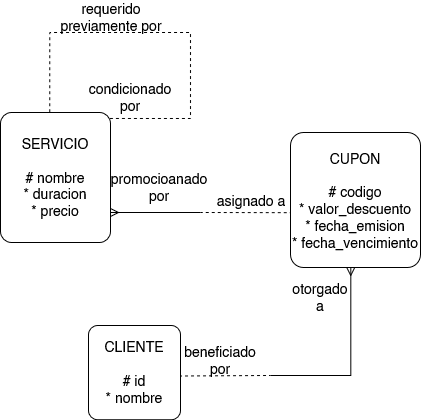
Manusm2712/TrabajoFinalBD keeps this draw.io diagram as modeloFeline.png. Above is the earlier version. Source tidied: cells renumbered, new cells last; positions are measured from the earlier drawing's top-left corner, leaving out a move shared by most shapes.
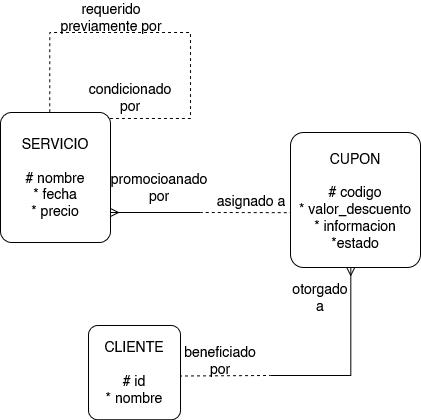
Later version of the same file.

The edit, as a diff of the source:
```diff
@@ -21,7 +21,7 @@
         </Array>
       </mxGeometry>
     </mxCell>
-    <mxCell id="4" value="&lt;div&gt;SERVICIO&lt;/div&gt;&lt;div&gt;&lt;br&gt;&lt;/div&gt;&lt;div&gt;# nombre&lt;/div&gt;&lt;div&gt;* duracion&lt;/div&gt;&lt;div&gt;* precio&lt;/div&gt;" style="rounded=1;arcSize=10;whiteSpace=wrap;html=1;align=center;fontSize=14;" parent="1" vertex="1">
+    <mxCell id="4" value="&lt;div&gt;SERVICIO&lt;/div&gt;&lt;div&gt;&lt;br&gt;&lt;/div&gt;&lt;div&gt;# nombre&lt;/div&gt;&lt;div&gt;* fecha&lt;/div&gt;&lt;div&gt;* precio&lt;/div&gt;" style="rounded=1;arcSize=10;whiteSpace=wrap;html=1;align=center;fontSize=14;" parent="1" vertex="1">
       <mxGeometry y="110" width="110" height="130" as="geometry" />
     </mxCell>
     <mxCell id="5" value="condicionado por" style="text;html=1;align=center;verticalAlign=middle;whiteSpace=wrap;rounded=0;fontSize=14;" parent="1" vertex="1">
@@ -60,7 +60,7 @@
         </Array>
       </mxGeometry>
     </mxCell>
-    <mxCell id="13" value="CUPON&lt;div&gt;&lt;br&gt;&lt;/div&gt;&lt;div&gt;# codigo&lt;/div&gt;&lt;div&gt;* valor_descuento&lt;/div&gt;&lt;div&gt;* fecha_emision&lt;/div&gt;&lt;div&gt;* fecha_vencimiento&lt;/div&gt;" style="rounded=1;arcSize=10;whiteSpace=wrap;html=1;align=center;fontSize=14;" parent="1" vertex="1">
+    <mxCell id="13" value="CUPON&lt;div&gt;&lt;br&gt;&lt;/div&gt;&lt;div&gt;# codigo&lt;/div&gt;&lt;div&gt;* valor_descuento&lt;/div&gt;&lt;div&gt;* informacion&lt;/div&gt;&lt;div&gt;*estado&lt;/div&gt;" style="rounded=1;arcSize=10;whiteSpace=wrap;html=1;align=center;fontSize=14;" parent="1" vertex="1">
       <mxGeometry x="290" y="130" width="130" height="135" as="geometry" />
     </mxCell>
     <mxCell id="14" value="beneficiado por" style="text;html=1;align=center;verticalAlign=middle;whiteSpace=wrap;rounded=0;fontSize=14;" parent="1" vertex="1">
```
